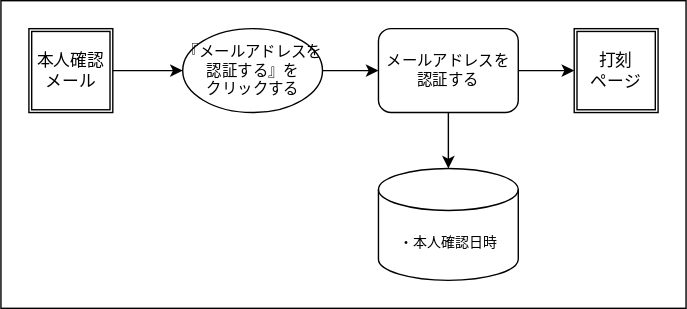
This is doc/画面遷移図/認証ページ/本人確認.drawio.svg from ryamao/atte, a draw.io export, as it was before one commit. Source tidied: cells renumbered, new cells last; positions are measured from the earlier drawing's top-left corner, leaving out a move shared by most shapes.
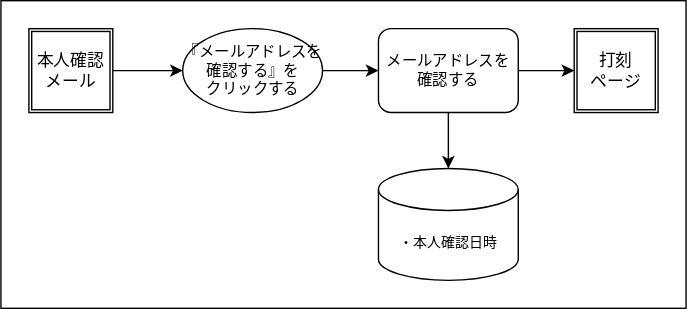
The same file after the commit.

The edit, as a diff of the source:
```diff
@@ -11,13 +11,13 @@
     <mxCell id="4" style="edgeStyle=none;html=1;exitX=0.5;exitY=1;exitDx=0;exitDy=0;" parent="1" edge="1" source="5" target="11">
       <mxGeometry relative="1" as="geometry" />
     </mxCell>
-    <mxCell id="5" value="メールアドレスを&lt;br&gt;認証する" style="rounded=1;whiteSpace=wrap;html=1;fontSize=11;" parent="1" vertex="1">
+    <mxCell id="5" value="メールアドレスを&lt;br&gt;確認する" style="rounded=1;whiteSpace=wrap;html=1;fontSize=11;" parent="1" vertex="1">
       <mxGeometry x="270" y="20" width="100" height="60" as="geometry" />
     </mxCell>
     <mxCell id="6" style="edgeStyle=none;html=1;exitX=1;exitY=0.5;exitDx=0;exitDy=0;entryX=0;entryY=0.5;entryDx=0;entryDy=0;" parent="1" edge="1" source="7" target="5">
       <mxGeometry relative="1" as="geometry" />
     </mxCell>
-    <mxCell id="7" value="『メールアドレスを&lt;br&gt;認証する』を&lt;br&gt;クリックする" style="ellipse;html=1;fontSize=11;" parent="1" vertex="1">
+    <mxCell id="7" value="『メールアドレスを&lt;br&gt;確認する』を&lt;br&gt;クリックする" style="ellipse;html=1;fontSize=11;" parent="1" vertex="1">
       <mxGeometry x="130" y="20" width="100" height="60" as="geometry" />
     </mxCell>
     <mxCell id="8" style="edgeStyle=none;html=1;exitX=1;exitY=0.5;exitDx=0;exitDy=0;" parent="1" edge="1" source="9" target="7">
```
